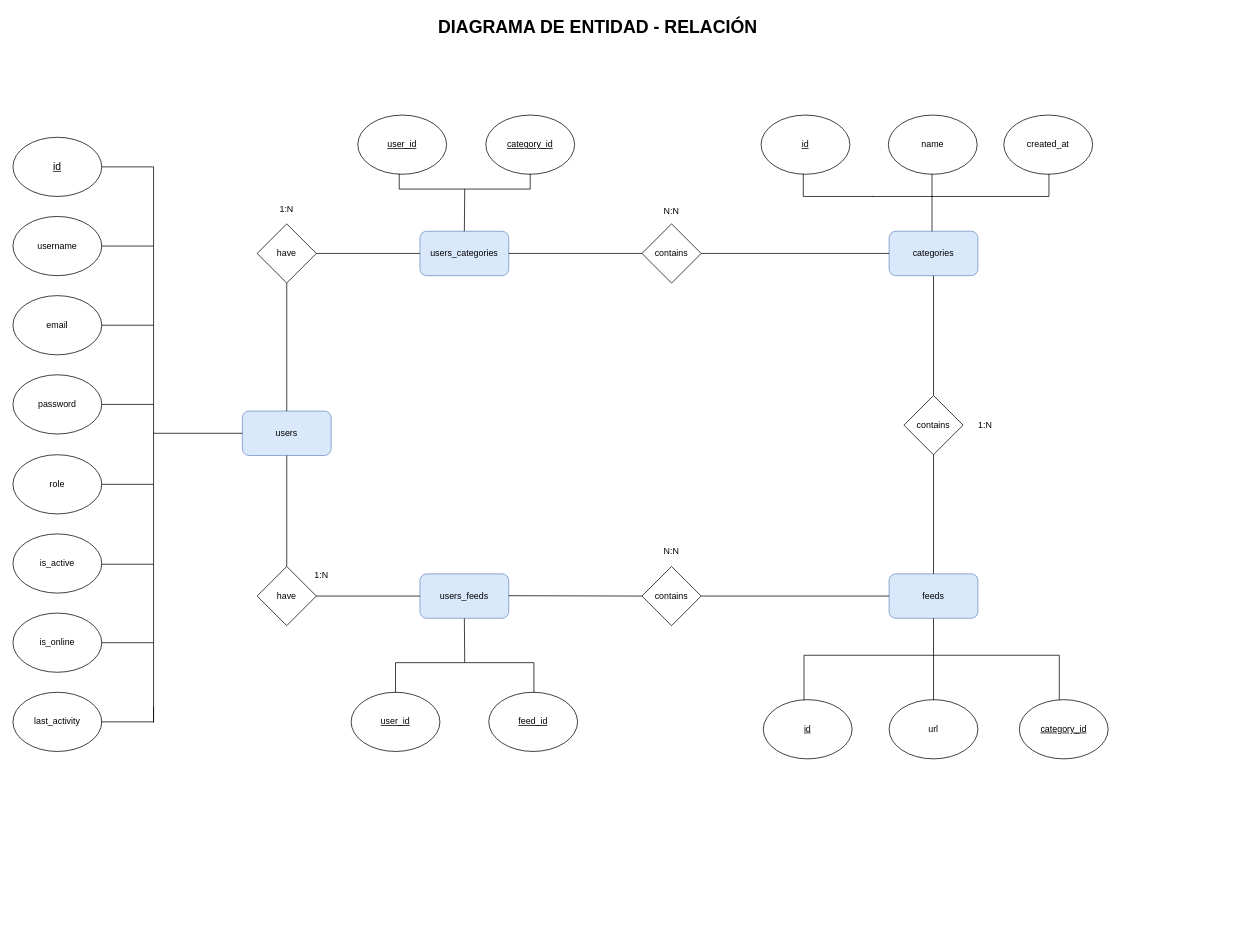
This is Diagrama sin título.drawio from molinacode/sources-news, a draw.io file, before an edit. Source tidied: cells renumbered, new cells numbered last; positions are measured from the earlier drawing's top-left corner, leaving out a move shared by most shapes. Both pictures are drawn from the tidied source at 74%, with x=0, y=0 at pixel (13, 13).
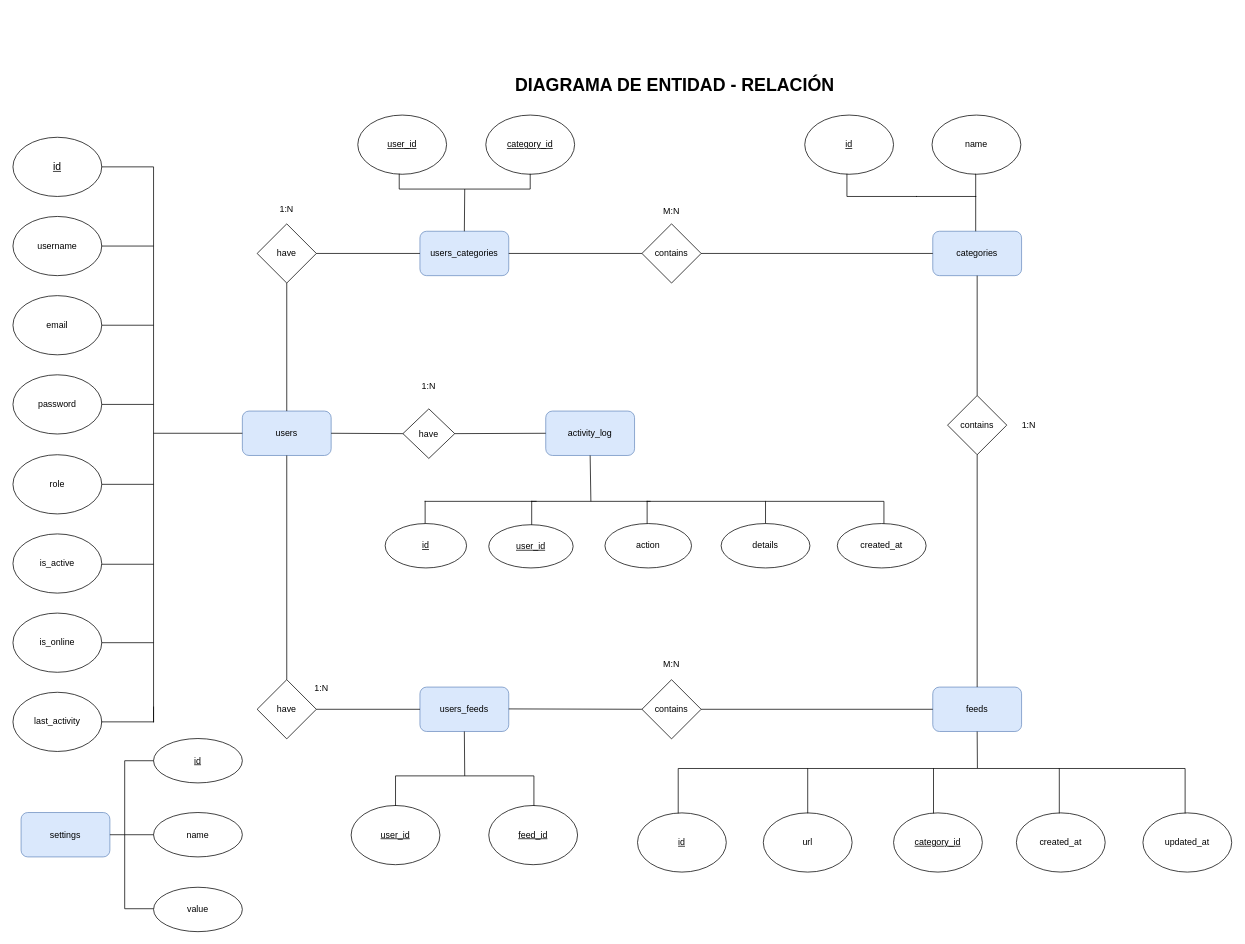
The same page after the edit.

Unchanged cells that the change refers to:
```xml
<mxCell id="9" value="users" style="rounded=1;whiteSpace=wrap;html=1;fillColor=#dae8fc;strokeColor=#6c8ebf;" parent="1" vertex="1">
  <mxGeometry x="310" y="538" width="120" height="60" as="geometry" />
</mxCell>
```

The edit, as a diff of the source:
```diff
@@
     <mxCell id="12" value="users_feeds" style="rounded=1;whiteSpace=wrap;html=1;fillColor=#dae8fc;strokeColor=#6c8ebf;" parent="1" vertex="1">
-      <mxGeometry x="550" y="758" width="120" height="60" as="geometry" />
+      <mxGeometry x="550" y="911" width="120" height="60" as="geometry" />
     </mxCell>
     <mxCell id="13" value="have" style="rhombus;whiteSpace=wrap;html=1;" parent="1" vertex="1">
-      <mxGeometry x="330" y="748" width="80" height="80" as="geometry" />
+      <mxGeometry x="330" y="901" width="80" height="80" as="geometry" />
     </mxCell>
@@
     <mxCell id="16" value="contains" style="rhombus;whiteSpace=wrap;html=1;direction=south;" parent="1" vertex="1">
-      <mxGeometry x="850" y="748" width="80" height="80" as="geometry" />
+      <mxGeometry x="850" y="901" width="80" height="80" as="geometry" />
     </mxCell>
     <mxCell id="17" value="categories" style="rounded=1;whiteSpace=wrap;html=1;fillColor=#dae8fc;strokeColor=#6c8ebf;" parent="1" vertex="1">
-      <mxGeometry x="1184" y="295" width="120" height="60" as="geometry" />
+      <mxGeometry x="1243" y="295" width="120" height="60" as="geometry" />
     </mxCell>
     <mxCell id="18" value="feeds" style="rounded=1;whiteSpace=wrap;html=1;fillColor=#dae8fc;strokeColor=#6c8ebf;" parent="1" vertex="1">
-      <mxGeometry x="1184" y="758" width="120" height="60" as="geometry" />
+      <mxGeometry x="1243" y="911" width="120" height="60" as="geometry" />
     </mxCell>
     <mxCell id="19" value="contains" style="rhombus;whiteSpace=wrap;html=1;" parent="1" vertex="1">
-      <mxGeometry x="1204" y="517" width="80" height="80" as="geometry" />
+      <mxGeometry x="1263" y="517" width="80" height="80" as="geometry" />
     </mxCell>
@@
     <mxCell id="22" value="&lt;u&gt;user_id&lt;/u&gt;" style="ellipse;whiteSpace=wrap;html=1;" parent="1" vertex="1">
-      <mxGeometry x="457" y="918" width="120" height="80" as="geometry" />
+      <mxGeometry x="457" y="1071" width="120" height="80" as="geometry" />
     </mxCell>
     <mxCell id="23" value="&lt;u&gt;feed_id&lt;/u&gt;" style="ellipse;whiteSpace=wrap;html=1;" parent="1" vertex="1">
-      <mxGeometry x="643" y="918" width="120" height="80" as="geometry" />
+      <mxGeometry x="643" y="1071" width="120" height="80" as="geometry" />
     </mxCell>
     <mxCell id="24" value="&lt;u&gt;id&lt;/u&gt;" style="ellipse;whiteSpace=wrap;html=1;" parent="1" vertex="1">
-      <mxGeometry x="1011" y="138" width="120" height="80" as="geometry" />
+      <mxGeometry x="1070" y="138" width="120" height="80" as="geometry" />
     </mxCell>
     <mxCell id="25" value="name" style="ellipse;whiteSpace=wrap;html=1;" parent="1" vertex="1">
-      <mxGeometry x="1183" y="138" width="120" height="80" as="geometry" />
+      <mxGeometry x="1242" y="138" width="120" height="80" as="geometry" />
     </mxCell>
     <mxCell id="26" value="&lt;u&gt;id&lt;/u&gt;" style="ellipse;whiteSpace=wrap;html=1;" parent="1" vertex="1">
-      <mxGeometry x="1014" y="928" width="120" height="80" as="geometry" />
+      <mxGeometry x="844" y="1081" width="120" height="80" as="geometry" />
     </mxCell>
     <mxCell id="27" value="url" style="ellipse;whiteSpace=wrap;html=1;" parent="1" vertex="1">
-      <mxGeometry x="1184" y="928" width="120" height="80" as="geometry" />
+      <mxGeometry x="1014" y="1081" width="120" height="80" as="geometry" />
     </mxCell>
     <mxCell id="28" value="created_at" style="ellipse;whiteSpace=wrap;html=1;" parent="1" vertex="1">
-      <mxGeometry x="1339" y="138" width="120" height="80" as="geometry" />
+      <mxGeometry x="1356" y="1081" width="120" height="80" as="geometry" />
     </mxCell>
     <mxCell id="29" value="&lt;u&gt;category_id&lt;/u&gt;" style="ellipse;whiteSpace=wrap;html=1;" parent="1" vertex="1">
-      <mxGeometry x="1360" y="928" width="120" height="80" as="geometry" />
+      <mxGeometry x="1190" y="1081" width="120" height="80" as="geometry" />
     </mxCell>
@@
     <mxCell id="33" style="endArrow=none;html=1;rounded=0;entryX=0.5;entryY=1;entryDx=0;entryDy=0;exitX=1;exitY=0.5;exitDx=0;exitDy=0;" parent="1" edge="1" target="16">
       <mxGeometry relative="1" as="geometry">
-        <mxPoint x="670" y="787.5" as="sourcePoint" />
+        <mxPoint x="670" y="940.5" as="sourcePoint" />
       </mxGeometry>
     </mxCell>
@@
     <mxCell id="50" style="shape=partialRectangle;whiteSpace=wrap;html=1;bottom=0;right=0;fillColor=none;direction=west;" parent="1" vertex="1">
-      <mxGeometry x="1162" y="218" width="80" height="30" as="geometry" />
+      <mxGeometry x="1221" y="218" width="80" height="30" as="geometry" />
     </mxCell>
     <mxCell id="51" style="shape=partialRectangle;whiteSpace=wrap;html=1;bottom=1;right=0;fillColor=none;top=0;" parent="1" vertex="1">
-      <mxGeometry x="1068" y="218" width="94" height="30" as="geometry" />
+      <mxGeometry x="1127" y="218" width="94" height="30" as="geometry" />
     </mxCell>
     <mxCell id="52" style="endArrow=none;html=1;rounded=0;entryX=0;entryY=0;entryDx=0;entryDy=0;exitX=0.5;exitY=0;exitDx=0;exitDy=0;" parent="1" edge="1" target="50">
       <mxGeometry relative="1" as="geometry">
-        <mxPoint x="1242" y="295" as="sourcePoint" />
+        <mxPoint x="1301" y="295" as="sourcePoint" />
       </mxGeometry>
     </mxCell>
-    <mxCell id="53" style="shape=partialRectangle;whiteSpace=wrap;html=1;bottom=1;right=1;fillColor=none;top=0;left=0;" parent="1" vertex="1">
-      <mxGeometry x="1242" y="218" width="158" height="30" as="geometry" />
-    </mxCell>
     <mxCell id="54" style="shape=partialRectangle;whiteSpace=wrap;html=1;bottom=1;right=1;left=1;top=0;fillColor=none;routingCenterX=-0.5;rotation=-180;" parent="1" vertex="1">
-      <mxGeometry x="517" y="878" width="187" height="40" as="geometry" />
+      <mxGeometry x="517" y="1031" width="187" height="40" as="geometry" />
     </mxCell>
@@
     <mxCell id="56" style="shape=partialRectangle;whiteSpace=wrap;html=1;bottom=1;right=1;left=1;top=0;fillColor=none;routingCenterX=-0.5;rotation=-180;" parent="1" vertex="1">
-      <mxGeometry x="1069" y="868" width="175" height="60" as="geometry" />
+      <mxGeometry x="899" y="1021" width="175" height="60" as="geometry" />
     </mxCell>
     <mxCell id="57" style="shape=partialRectangle;whiteSpace=wrap;html=1;bottom=0;right=1;fillColor=none;left=0;" parent="1" vertex="1">
-      <mxGeometry x="1244" y="868" width="170" height="60" as="geometry" />
+      <mxGeometry x="1074" y="1021" width="170" height="60" as="geometry" />
     </mxCell>
-    <mxCell id="58" style="endArrow=none;html=1;rounded=0;entryX=0.5;entryY=1;entryDx=0;entryDy=0;exitX=0;exitY=0;exitDx=0;exitDy=0;" parent="1" edge="1" source="57" target="18">
+    <mxCell id="58" style="endArrow=none;html=1;rounded=0;entryX=0.5;entryY=1;entryDx=0;entryDy=0;exitX=0.349;exitY=-0.01;exitDx=0;exitDy=0;exitPerimeter=0;" parent="1" edge="1" source="68" target="18">
       <mxGeometry relative="1" as="geometry" />
     </mxCell>
@@
-    <mxCell id="61" value="N:N" style="text;html=1;align=center;verticalAlign=middle;whiteSpace=wrap;rounded=0;" parent="1" vertex="1">
+    <mxCell id="61" value="M:N" style="text;html=1;align=center;verticalAlign=middle;whiteSpace=wrap;rounded=0;" parent="1" vertex="1">
       <mxGeometry x="860" y="248" width="60" height="40" as="geometry" />
     </mxCell>
     <mxCell id="62" value="1:N" style="text;html=1;align=center;verticalAlign=middle;whiteSpace=wrap;rounded=0;" parent="1" vertex="1">
-      <mxGeometry x="387" y="740" width="60" height="40" as="geometry" />
+      <mxGeometry x="387" y="893" width="60" height="40" as="geometry" />
     </mxCell>
-    <mxCell id="63" value="N:N" style="text;html=1;align=center;verticalAlign=middle;whiteSpace=wrap;rounded=0;" parent="1" vertex="1">
-      <mxGeometry x="860" y="708" width="60" height="40" as="geometry" />
+    <mxCell id="63" value="M:N" style="text;html=1;align=center;verticalAlign=middle;whiteSpace=wrap;rounded=0;" parent="1" vertex="1">
+      <mxGeometry x="860" y="861" width="60" height="40" as="geometry" />
     </mxCell>
@@
     <mxCell id="65" value="1:N" style="text;html=1;align=center;verticalAlign=middle;whiteSpace=wrap;rounded=0;" parent="1" vertex="1">
-      <mxGeometry x="1284" y="537" width="60" height="40" as="geometry" />
+      <mxGeometry x="1343" y="537" width="60" height="40" as="geometry" />
     </mxCell>
     <mxCell id="66" value="DIAGRAMA DE ENTIDAD - RELACIÓN" style="text;strokeColor=none;fillColor=none;html=1;fontSize=24;fontStyle=1;verticalAlign=middle;align=center;" parent="1" vertex="1">
-      <mxGeometry x="740" width="100" height="40" as="geometry" />
+      <mxGeometry x="844" y="78" width="100" height="40" as="geometry" />
     </mxCell>
+    <mxCell id="67" value="updated_at" style="ellipse;whiteSpace=wrap;html=1;" parent="1" vertex="1">
+      <mxGeometry x="1527" y="1081" width="120" height="80" as="geometry" />
+    </mxCell>
+    <mxCell id="68" style="shape=partialRectangle;whiteSpace=wrap;html=1;bottom=0;right=1;fillColor=none;left=0;" parent="1" vertex="1">
+      <mxGeometry x="1244" y="1021" width="170" height="60" as="geometry" />
+    </mxCell>
+    <mxCell id="69" style="shape=partialRectangle;whiteSpace=wrap;html=1;bottom=0;right=1;fillColor=none;left=0;" parent="1" vertex="1">
+      <mxGeometry x="1414" y="1021" width="170" height="60" as="geometry" />
+    </mxCell>
+    <mxCell id="70" value="activity_log" style="rounded=1;whiteSpace=wrap;html=1;fillColor=#dae8fc;strokeColor=#6c8ebf;" parent="1" vertex="1">
+      <mxGeometry x="720" y="538" width="120" height="60" as="geometry" />
+    </mxCell>
+    <mxCell id="71" value="have" style="strokeWidth=1;html=1;shape=mxgraph.flowchart.decision;whiteSpace=wrap;" parent="1" vertex="1">
+      <mxGeometry x="527" y="535" width="70" height="67" as="geometry" />
+    </mxCell>
+    <mxCell id="72" style="endArrow=none;html=1;rounded=0;entryX=0;entryY=0.5;entryDx=0;entryDy=0;entryPerimeter=0;exitX=1;exitY=0.5;exitDx=0;exitDy=0;" parent="1" edge="1" source="9" target="71">
+      <mxGeometry relative="1" as="geometry" />
+    </mxCell>
+    <mxCell id="73" style="endArrow=none;html=1;rounded=0;entryX=1;entryY=0.5;entryDx=0;entryDy=0;entryPerimeter=0;exitX=0;exitY=0.5;exitDx=0;exitDy=0;" parent="1" edge="1" source="70" target="71">
+      <mxGeometry relative="1" as="geometry" />
+    </mxCell>
+    <mxCell id="74" value="1:N" style="text;html=1;align=center;verticalAlign=middle;whiteSpace=wrap;rounded=0;" parent="1" vertex="1">
+      <mxGeometry x="532" y="485" width="60" height="40" as="geometry" />
+    </mxCell>
+    <mxCell id="75" value="settings" style="rounded=1;whiteSpace=wrap;html=1;fillColor=#dae8fc;strokeColor=#6c8ebf;" parent="1" vertex="1">
+      <mxGeometry x="11" y="1080.5" width="120" height="60" as="geometry" />
+    </mxCell>
+    <mxCell id="76" style="shape=partialRectangle;whiteSpace=wrap;html=1;bottom=0;right=0;fillColor=none;" parent="1" vertex="1">
+      <mxGeometry x="557" y="660" width="150" height="30" as="geometry" />
+    </mxCell>
+    <mxCell id="77" style="shape=partialRectangle;whiteSpace=wrap;html=1;bottom=0;right=0;fillColor=none;" parent="1" vertex="1">
+      <mxGeometry x="701" y="660" width="160" height="31.6" as="geometry" />
+    </mxCell>
+    <mxCell id="78" style="shape=partialRectangle;whiteSpace=wrap;html=1;bottom=0;right=1;fillColor=none;" parent="1" vertex="1">
+      <mxGeometry x="857" y="660" width="160" height="30" as="geometry" />
+    </mxCell>
+    <mxCell id="79" style="endArrow=none;html=1;rounded=0;entryX=0.5;entryY=1;entryDx=0;entryDy=0;exitX=0.5;exitY=0;exitDx=0;exitDy=0;" parent="1" edge="1" source="77" target="70">
+      <mxGeometry relative="1" as="geometry" />
+    </mxCell>
+    <mxCell id="80" value="&lt;u&gt;id&lt;/u&gt;" style="ellipse;whiteSpace=wrap;html=1;" parent="1" vertex="1">
+      <mxGeometry x="503" y="690" width="110" height="60" as="geometry" />
+    </mxCell>
+    <mxCell id="81" value="&lt;u&gt;user_id&lt;/u&gt;" style="ellipse;whiteSpace=wrap;html=1;" parent="1" vertex="1">
+      <mxGeometry x="643" y="691.6" width="114" height="58.4" as="geometry" />
+    </mxCell>
+    <mxCell id="82" value="action" style="ellipse;whiteSpace=wrap;html=1;" parent="1" vertex="1">
+      <mxGeometry x="800" y="690" width="117" height="60" as="geometry" />
+    </mxCell>
+    <mxCell id="83" value="&lt;div&gt;details&lt;/div&gt;" style="ellipse;whiteSpace=wrap;html=1;" parent="1" vertex="1">
+      <mxGeometry x="957" y="690" width="120" height="60" as="geometry" />
+    </mxCell>
+    <mxCell id="84" style="shape=partialRectangle;whiteSpace=wrap;html=1;bottom=0;right=1;fillColor=none;left=0;" parent="1" vertex="1">
+      <mxGeometry x="1017" y="660" width="160" height="30" as="geometry" />
+    </mxCell>
+    <mxCell id="85" value="created_at" style="ellipse;whiteSpace=wrap;html=1;" parent="1" vertex="1">
+      <mxGeometry x="1114" y="690" width="120" height="60" as="geometry" />
+    </mxCell>
+    <mxCell id="86" value="&lt;u&gt;id&lt;/u&gt;" style="ellipse;whiteSpace=wrap;html=1;" parent="1" vertex="1">
+      <mxGeometry x="190" y="980.5" width="120" height="60" as="geometry" />
+    </mxCell>
+    <mxCell id="87" value="name" style="ellipse;whiteSpace=wrap;html=1;" parent="1" vertex="1">
+      <mxGeometry x="190" y="1080.5" width="120" height="60" as="geometry" />
+    </mxCell>
+    <mxCell id="88" value="value" style="ellipse;whiteSpace=wrap;html=1;" parent="1" vertex="1">
+      <mxGeometry x="190" y="1181.5" width="120" height="60" as="geometry" />
+    </mxCell>
+    <mxCell id="89" style="endArrow=none;html=1;rounded=0;" parent="1" edge="1">
+      <mxGeometry relative="1" as="geometry">
+        <mxPoint x="151" y="1210.5" as="sourcePoint" />
+        <mxPoint x="151" y="1010.5" as="targetPoint" />
+      </mxGeometry>
+    </mxCell>
+    <mxCell id="90" style="endArrow=none;html=1;rounded=0;exitX=1;exitY=0.5;exitDx=0;exitDy=0;" parent="1" edge="1" source="75">
+      <mxGeometry relative="1" as="geometry">
+        <mxPoint x="151" y="1110.5" as="targetPoint" />
+      </mxGeometry>
+    </mxCell>
+    <mxCell id="91" style="endArrow=none;html=1;rounded=0;entryX=0;entryY=0.5;entryDx=0;entryDy=0;" parent="1" edge="1" target="86">
+      <mxGeometry relative="1" as="geometry">
+        <mxPoint x="151" y="1010.5" as="sourcePoint" />
+      </mxGeometry>
+    </mxCell>
+    <mxCell id="92" style="endArrow=none;html=1;rounded=0;" parent="1" edge="1">
+      <mxGeometry relative="1" as="geometry">
+        <mxPoint x="151" y="1210.5" as="sourcePoint" />
+        <mxPoint x="190" y="1210.5" as="targetPoint" />
+      </mxGeometry>
+    </mxCell>
+    <mxCell id="93" style="endArrow=none;html=1;rounded=0;entryX=0;entryY=0.5;entryDx=0;entryDy=0;" parent="1" edge="1" target="87">
+      <mxGeometry relative="1" as="geometry">
+        <mxPoint x="151" y="1110.5" as="sourcePoint" />
+      </mxGeometry>
+    </mxCell>
```
